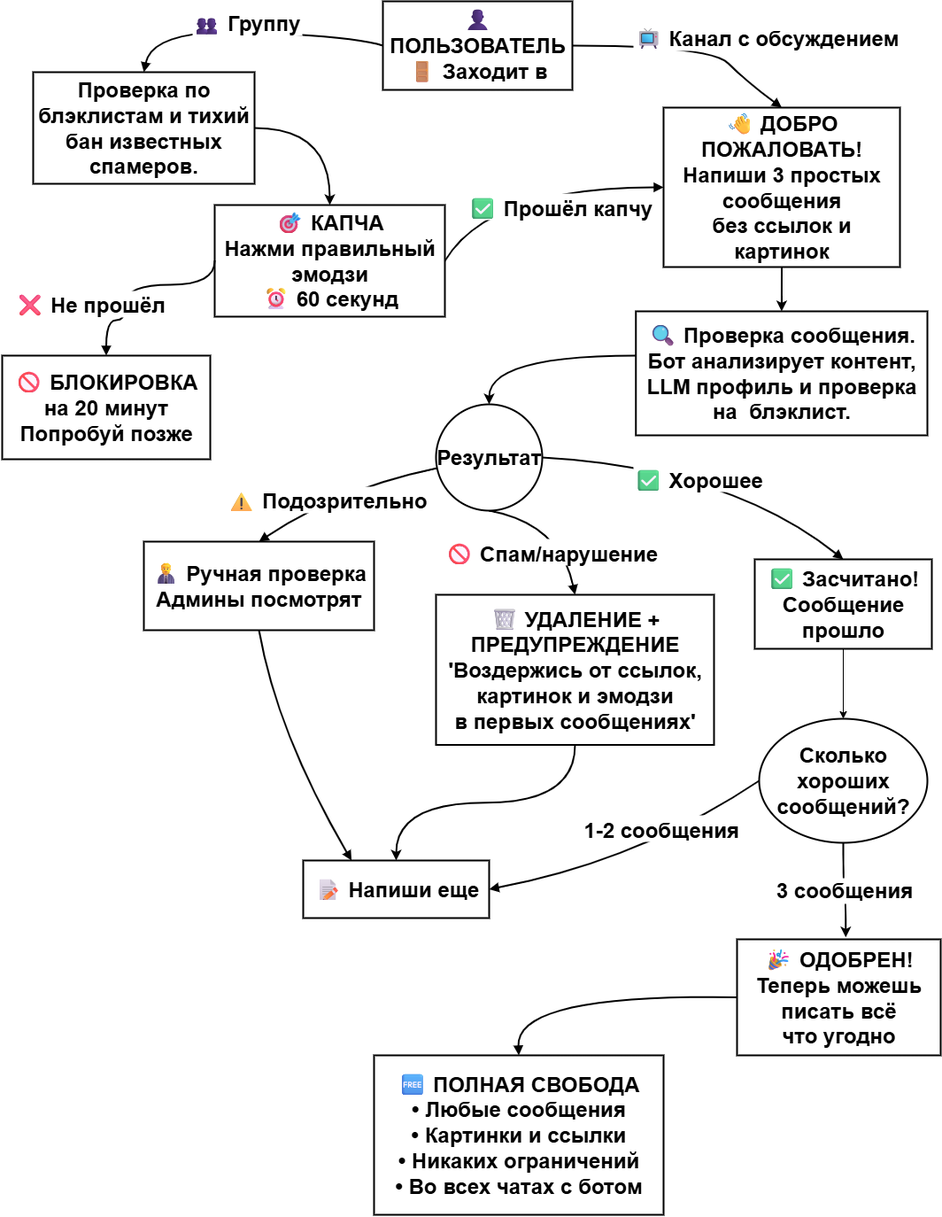
Before: Схема работы.drawio.png, a diagram exported from draw.io (TiraelSedai/ClubDoorman). Source tidied: cells renumbered, new cells last; positions are measured from the earlier drawing's top-left corner, leaving out a move shared by most shapes.
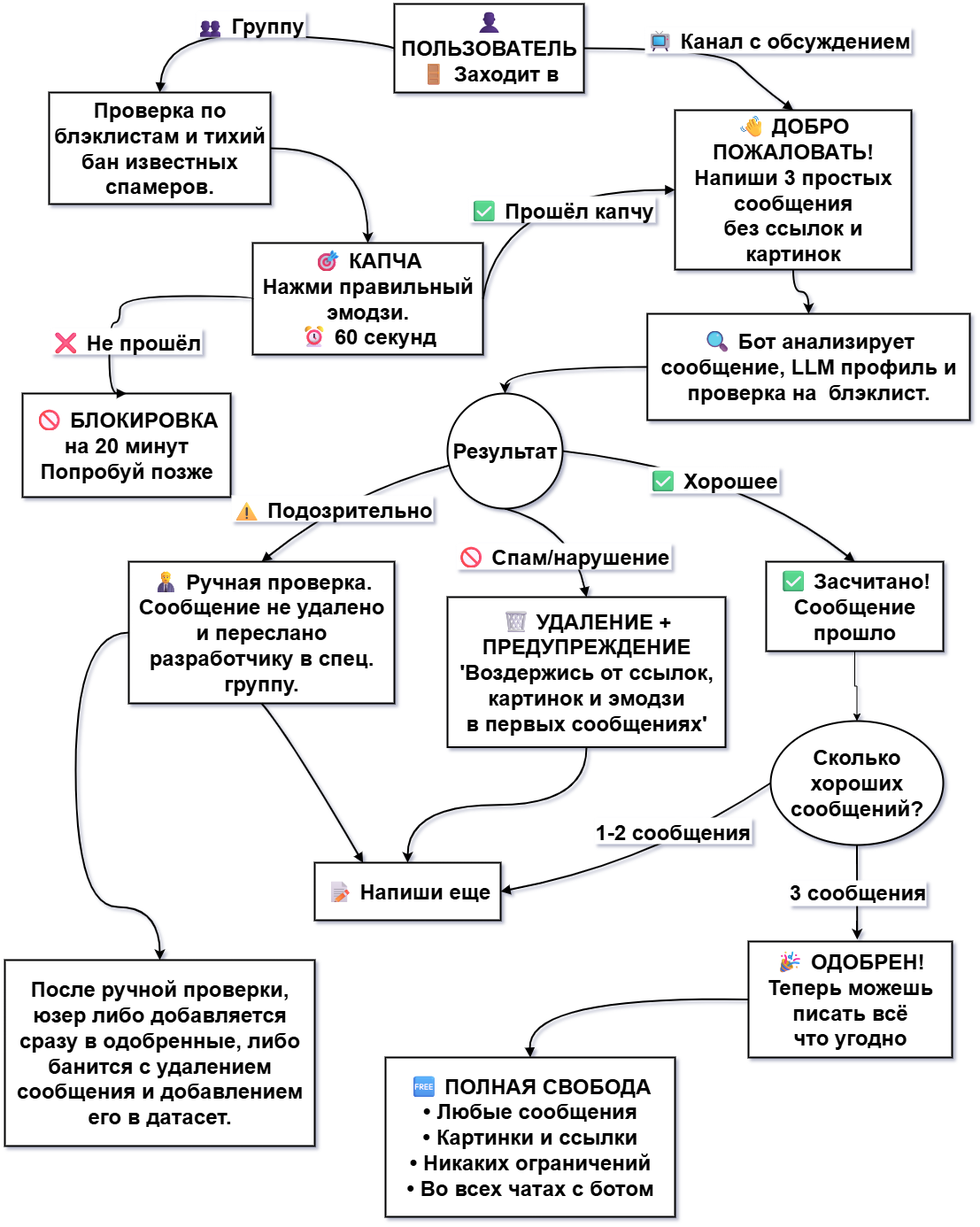
Later version of the same file.

Change to the diagram source:
```diff
@@ -1,15 +1,15 @@
-<mxGraphModel>
+<mxGraphModel shadow="1">
   <root>
     <mxCell id="0" />
     <mxCell id="1" parent="0" />
     <mxCell id="2" value="👤 ПОЛЬЗОВАТЕЛЬ&#10;🚪 Заходит в" style="whiteSpace=wrap;strokeWidth=2;fontSize=24;fontStyle=1;" parent="1" vertex="1">
       <mxGeometry x="430" width="214" height="100" as="geometry" />
     </mxCell>
-    <mxCell id="3" value="🎯 КАПЧА&#10;Нажми правильный эмодзи&#10;⏰ 60 секунд" style="whiteSpace=wrap;strokeWidth=2;fontSize=24;fontStyle=1;" parent="1" vertex="1">
-      <mxGeometry x="240" y="230" width="260" height="126" as="geometry" />
+    <mxCell id="3" value="🎯 КАПЧА&#10;Нажми правильный эмодзи.&#10;⏰ 60 секунд" style="whiteSpace=wrap;strokeWidth=2;fontSize=24;fontStyle=1;" parent="1" vertex="1">
+      <mxGeometry x="270" y="270" width="260" height="126" as="geometry" />
     </mxCell>
     <mxCell id="4" value="🚫 БЛОКИРОВКА&#10;на 20 минут&#10;Попробуй позже" style="whiteSpace=wrap;strokeWidth=2;fontSize=24;fontStyle=1;" parent="1" vertex="1">
-      <mxGeometry y="400" width="235" height="117" as="geometry" />
+      <mxGeometry x="10" y="440" width="235" height="117" as="geometry" />
     </mxCell>
     <mxCell id="5" style="edgeStyle=orthogonalEdgeStyle;rounded=0;jettySize=auto;html=1;entryX=0.5;entryY=0;entryDx=0;entryDy=0;fontSize=24;fontStyle=1;strokeWidth=2;curved=1;" parent="1" edge="1" source="6" target="8">
       <mxGeometry relative="1" as="geometry" />
@@ -17,15 +17,11 @@
     <mxCell id="6" value="👋 ДОБРО ПОЖАЛОВАТЬ!&#10;Напиши 3 простых сообщения&#10;без ссылок и картинок" style="whiteSpace=wrap;strokeWidth=2;fontSize=24;fontStyle=1;" parent="1" vertex="1">
       <mxGeometry x="747" y="120" width="267" height="180" as="geometry" />
     </mxCell>
-    <mxCell id="7" style="edgeStyle=orthogonalEdgeStyle;rounded=0;jettySize=auto;html=1;entryX=0.5;entryY=0;entryDx=0;entryDy=0;fontSize=24;strokeWidth=2;fontStyle=1;curved=1;" parent="1" edge="1" source="8" target="29">
-      <mxGeometry relative="1" as="geometry">
-        <Array as="points">
-          <mxPoint x="550" y="400" />
-        </Array>
-      </mxGeometry>
+    <mxCell id="7" style="edgeStyle=orthogonalEdgeStyle;rounded=0;jettySize=auto;html=1;entryX=0.5;entryY=0;entryDx=0;entryDy=0;curved=1;strokeWidth=2;" parent="1" edge="1" source="8" target="29">
+      <mxGeometry relative="1" as="geometry" />
     </mxCell>
-    <mxCell id="8" value="🔍 Проверка сообщения.&#10;Бот анализирует контент, LLM профиль и проверка на  блэклист." style="whiteSpace=wrap;strokeWidth=2;fontSize=24;fontStyle=1;" parent="1" vertex="1">
-      <mxGeometry x="715.8" y="350" width="329.2" height="140" as="geometry" />
+    <mxCell id="8" value="🔍 Бот анализирует сообщение, LLM профиль и проверка на  блэклист." style="whiteSpace=wrap;strokeWidth=2;fontSize=24;fontStyle=1;" parent="1" vertex="1">
+      <mxGeometry x="715.8" y="350" width="364.2" height="120" as="geometry" />
     </mxCell>
     <mxCell id="9" style="edgeStyle=orthogonalEdgeStyle;rounded=0;jettySize=auto;html=1;fontSize=24;fontStyle=1;strokeWidth=2;curved=1;" parent="1" edge="1" source="10" target="14">
       <mxGeometry relative="1" as="geometry" />
@@ -33,8 +29,17 @@
     <mxCell id="10" value="🗑️ УДАЛЕНИЕ + ПРЕДУПРЕЖДЕНИЕ&#10;'Воздержись от ссылок,&#10;картинок и эмодзи&#10;в первых сообщениях'" style="whiteSpace=wrap;strokeWidth=2;fontSize=24;fontStyle=1;" parent="1" vertex="1">
       <mxGeometry x="490" y="670" width="314" height="169.5" as="geometry" />
     </mxCell>
+    <mxCell id="32" style="edgeStyle=orthogonalEdgeStyle;rounded=0;jettySize=auto;html=1;strokeWidth=2;curved=1;exitX=0;exitY=0.5;exitDx=0;exitDy=0;" parent="1" edge="1" source="11" target="33">
+      <mxGeometry relative="1" as="geometry">
+        <Array as="points">
+          <mxPoint x="70" y="710" />
+          <mxPoint x="70" y="1020" />
+          <mxPoint x="165" y="1020" />
+        </Array>
+      </mxGeometry>
+    </mxCell>
-    <mxCell id="11" value="👨‍💼 Ручная проверка&#10;Админы посмотрят" style="whiteSpace=wrap;strokeWidth=2;fontSize=24;fontStyle=1;" parent="1" vertex="1">
-      <mxGeometry x="160" y="610" width="260" height="100" as="geometry" />
+    <mxCell id="11" value="👨‍💼 Ручная проверка.&#10;Сообщение не удалено и переслано разработчику в спец. группу." style="whiteSpace=wrap;strokeWidth=2;fontSize=24;fontStyle=1;" parent="1" vertex="1">
+      <mxGeometry x="130" y="630" width="300" height="160" as="geometry" />
     </mxCell>
     <mxCell id="12" style="edgeStyle=orthogonalEdgeStyle;rounded=0;jettySize=auto;html=1;entryX=0.5;entryY=0;entryDx=0;entryDy=0;fontSize=24;" parent="1" edge="1" source="13" target="27">
       <mxGeometry relative="1" as="geometry" />
@@ -69,14 +74,13 @@
       </mxGeometry>
     </mxCell>
     <mxCell id="19" value="❌ Не прошёл" style="curved=1;startArrow=none;endArrow=block;exitX=0;exitY=0.5;entryX=0.5;entryY=0;rounded=0;fontSize=24;exitDx=0;exitDy=0;fontStyle=1;strokeWidth=2;edgeStyle=orthogonalEdgeStyle;" parent="1" edge="1" source="3" target="4">
-      <mxGeometry x="0.65" y="-27" relative="1" as="geometry">
+      <mxGeometry x="0.46" y="19" relative="1" as="geometry">
         <Array as="points">
-          <mxPoint x="240" y="320" />
-          <mxPoint x="140" y="320" />
-          <mxPoint x="140" y="360" />
-          <mxPoint x="118" y="360" />
+          <mxPoint x="270" y="330" />
+          <mxPoint x="120" y="330" />
+          <mxPoint x="120" y="360" />
+          <mxPoint x="108" y="360" />
         </Array>
-        <mxPoint x="9" y="-20" as="offset" />
       </mxGeometry>
     </mxCell>
     <mxCell id="20" value="✅ Прошёл капчу" style="curved=1;startArrow=none;endArrow=block;exitX=1;exitY=0.5;entryX=0;entryY=0.5;rounded=0;fontSize=24;exitDx=0;exitDy=0;entryDx=0;entryDy=0;fontStyle=1;strokeWidth=2;" parent="1" edge="1" source="3" target="6">
@@ -130,19 +134,22 @@
       </mxGeometry>
     </mxCell>
     <mxCell id="27" value="&lt;font&gt;Сколько хороших сообщений?&lt;/font&gt;" style="ellipse;whiteSpace=wrap;html=1;strokeWidth=2;fontStyle=1;fontSize=24;" parent="1" vertex="1">
-      <mxGeometry x="855" y="810" width="190" height="140" as="geometry" />
+      <mxGeometry x="855" y="810" width="195" height="140" as="geometry" />
     </mxCell>
     <mxCell id="28" value="&lt;font&gt;&lt;b&gt;3 сообщения&lt;/b&gt;&lt;/font&gt;" style="edgeStyle=orthogonalEdgeStyle;rounded=0;jettySize=auto;html=1;strokeWidth=2;entryX=0.534;entryY=-0.017;entryDx=0;entryDy=0;entryPerimeter=0;curved=1;fontSize=24;" parent="1" edge="1" source="27" target="15">
       <mxGeometry relative="1" as="geometry" />
     </mxCell>
     <mxCell id="29" value="&lt;font&gt;&lt;b&gt;Результат&lt;/b&gt;&lt;/font&gt;" style="ellipse;whiteSpace=wrap;html=1;strokeWidth=2;fontSize=24;" parent="1" vertex="1">
-      <mxGeometry x="490" y="455" width="120" height="120" as="geometry" />
+      <mxGeometry x="490" y="440" width="130" height="130" as="geometry" />
     </mxCell>
     <mxCell id="30" style="edgeStyle=orthogonalEdgeStyle;rounded=0;jettySize=auto;html=1;exitX=1;exitY=0.5;exitDx=0;exitDy=0;strokeWidth=2;curved=1;fontSize=24;" parent="1" edge="1" source="31" target="3">
       <mxGeometry relative="1" as="geometry" />
     </mxCell>
     <mxCell id="31" value="Проверка по блэклистам и тихий бан известных спамеров." style="whiteSpace=wrap;strokeWidth=2;fontSize=24;fontStyle=1;" parent="1" vertex="1">
-      <mxGeometry x="35" y="80" width="250" height="126" as="geometry" />
+      <mxGeometry x="40" y="100" width="250" height="126" as="geometry" />
     </mxCell>
+    <mxCell id="33" value="После ручной проверки, юзер либо добавляется сразу в одобренные, либо банится с удалением сообщения и добавлением его в датасет." style="whiteSpace=wrap;html=1;fontSize=24;strokeWidth=2;fontStyle=1;" parent="1" vertex="1">
+      <mxGeometry x="-10" y="1080" width="350" height="210" as="geometry" />
+    </mxCell>
   </root>
 </mxGraphModel>
```
